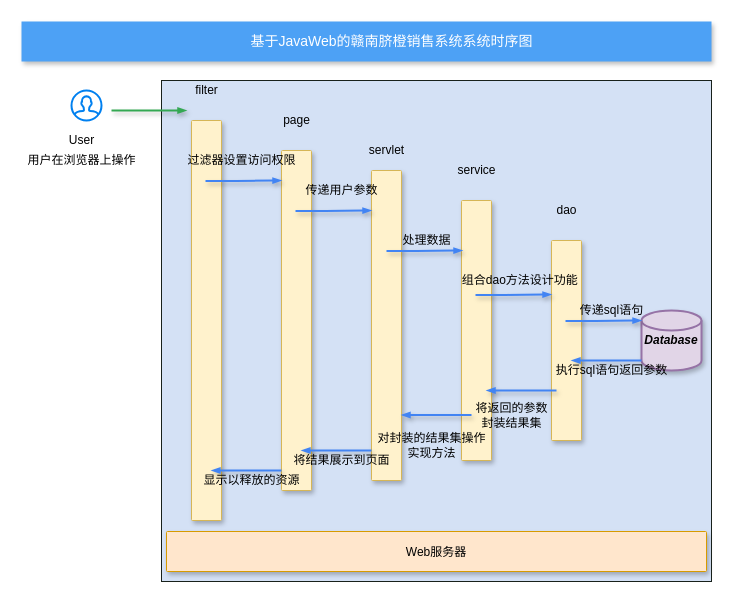
Earlier version of the draw.io diagram Untitled Diagram.drawio (Roy123-jpg/Roy_code1). Source tidied: cells renumbered, new cells numbered last; positions are measured from the earlier drawing's top-left corner, leaving out a move shared by most shapes. Both pictures are drawn from the tidied source at 100%, with x=0, y=0 at pixel (21, 21).
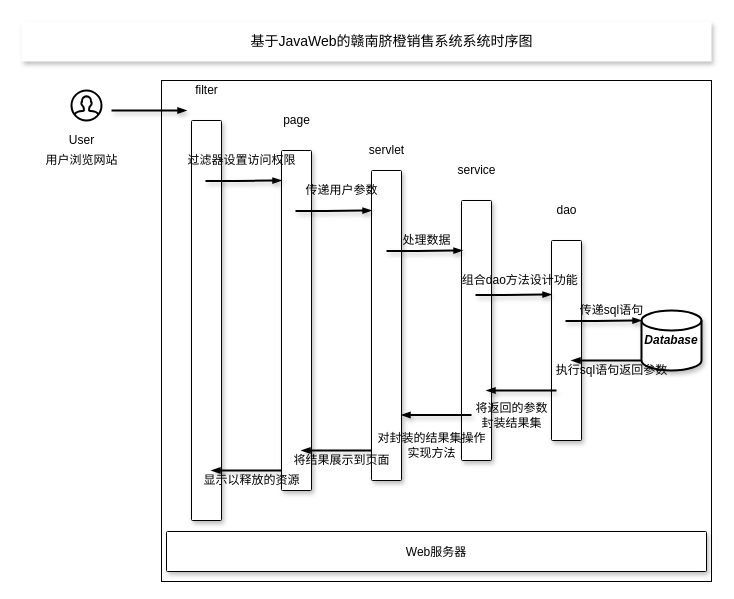
The same diagram, later.

Commit message:
系统时序图

Diff of the diagram source:
```diff
@@
-    <mxCell id="2" style="verticalLabelPosition=bottom;verticalAlign=top;html=1;shadow=0;strokeWidth=1;shape=mxgraph.ios.iBgFlat;strokeColor=#18211b;fillColor=#D4E1F5;" parent="1" vertex="1">
+    <mxCell id="2" style="verticalLabelPosition=bottom;verticalAlign=top;html=1;shadow=0;strokeWidth=1;shape=mxgraph.ios.iBgFlat;" parent="1" vertex="1">
       <mxGeometry x="140" y="59" width="550" height="501" as="geometry" />
     </mxCell>
-    <mxCell id="3" value="基于JavaWeb的赣南脐橙销售系统系统时序图" style="fillColor=#4DA1F5;strokeColor=none;shadow=1;gradientColor=none;fontSize=14;align=center;spacingLeft=50;fontColor=#ffffff;html=1;" parent="1" vertex="1">
+    <mxCell id="3" value="基于JavaWeb的赣南脐橙销售系统系统时序图" style="strokeColor=none;shadow=1;fontSize=14;align=center;spacingLeft=50;html=1;" parent="1" vertex="1">
       <mxGeometry width="690" height="40" as="geometry" />
     </mxCell>
-    <mxCell id="4" style="sketch=0;rounded=1;absoluteArcSize=1;arcSize=2;html=1;strokeColor=#d6b656;shadow=1;dashed=0;fontSize=12;align=left;verticalAlign=top;spacing=10;spacingTop=-4;fillColor=#fff2cc;imageAspect=1;" parent="1" vertex="1">
+    <mxCell id="4" style="sketch=0;rounded=1;absoluteArcSize=1;arcSize=2;html=1;shadow=1;dashed=0;fontSize=12;align=left;verticalAlign=top;spacing=10;spacingTop=-4;imageAspect=1;" parent="1" vertex="1">
       <mxGeometry x="170" y="99" width="30" height="400" as="geometry" />
     </mxCell>
-    <mxCell id="5" style="sketch=0;rounded=1;absoluteArcSize=1;arcSize=2;html=1;strokeColor=#d6b656;shadow=1;dashed=0;fontSize=12;align=left;verticalAlign=top;spacing=10;spacingTop=-4;fillColor=#fff2cc;imageAspect=1;" parent="1" vertex="1">
+    <mxCell id="5" style="sketch=0;rounded=1;absoluteArcSize=1;arcSize=2;html=1;shadow=1;dashed=0;fontSize=12;align=left;verticalAlign=top;spacing=10;spacingTop=-4;imageAspect=1;" parent="1" vertex="1">
       <mxGeometry x="260" y="129" width="30" height="340" as="geometry" />
     </mxCell>
-    <mxCell id="6" style="sketch=0;rounded=1;absoluteArcSize=1;arcSize=2;html=1;strokeColor=#d6b656;shadow=1;dashed=0;fontSize=12;align=left;verticalAlign=top;spacing=10;spacingTop=-4;fillColor=#fff2cc;imageAspect=1;" parent="1" vertex="1">
+    <mxCell id="6" style="sketch=0;rounded=1;absoluteArcSize=1;arcSize=2;html=1;shadow=1;dashed=0;fontSize=12;align=left;verticalAlign=top;spacing=10;spacingTop=-4;imageAspect=1;" parent="1" vertex="1">
       <mxGeometry x="350" y="149" width="30" height="310" as="geometry" />
     </mxCell>
-    <mxCell id="7" style="sketch=0;rounded=1;absoluteArcSize=1;arcSize=2;html=1;strokeColor=#d6b656;shadow=1;dashed=0;fontSize=12;align=left;verticalAlign=top;spacing=10;spacingTop=-4;fillColor=#fff2cc;imageAspect=1;" parent="1" vertex="1">
+    <mxCell id="7" style="sketch=0;rounded=1;absoluteArcSize=1;arcSize=2;html=1;shadow=1;dashed=0;fontSize=12;align=left;verticalAlign=top;spacing=10;spacingTop=-4;imageAspect=1;" parent="1" vertex="1">
       <mxGeometry x="440" y="179" width="30" height="260" as="geometry" />
     </mxCell>
-    <mxCell id="8" style="sketch=0;rounded=1;absoluteArcSize=1;arcSize=2;html=1;strokeColor=#d6b656;shadow=1;dashed=0;fontSize=12;align=left;verticalAlign=top;spacing=10;spacingTop=-4;fillColor=#fff2cc;imageAspect=1;" parent="1" vertex="1">
+    <mxCell id="8" style="sketch=0;rounded=1;absoluteArcSize=1;arcSize=2;html=1;shadow=1;dashed=0;fontSize=12;align=left;verticalAlign=top;spacing=10;spacingTop=-4;imageAspect=1;" parent="1" vertex="1">
       <mxGeometry x="530" y="219" width="30" height="200" as="geometry" />
     </mxCell>
-    <mxCell id="9" style="html=1;verticalLabelPosition=bottom;align=center;labelBackgroundColor=#ffffff;verticalAlign=top;strokeWidth=2;strokeColor=#0080F0;shadow=0;dashed=0;shape=mxgraph.ios7.icons.user;fontStyle=0;" parent="1" vertex="1">
+    <mxCell id="9" style="html=1;verticalLabelPosition=bottom;align=center;verticalAlign=top;strokeWidth=2;shadow=0;dashed=0;shape=mxgraph.ios7.icons.user;fontStyle=0;" parent="1" vertex="1">
       <mxGeometry x="50" y="69" width="30" height="30" as="geometry" />
     </mxCell>
-    <mxCell id="10" value="&lt;b&gt;&lt;i&gt;Database&lt;/i&gt;&lt;/b&gt;" style="strokeWidth=2;html=1;shape=mxgraph.flowchart.database;whiteSpace=wrap;fillColor=#e1d5e7;strokeColor=#9673a6;shadow=1;" parent="1" vertex="1">
+    <mxCell id="10" value="&lt;b&gt;&lt;i&gt;Database&lt;/i&gt;&lt;/b&gt;" style="strokeWidth=2;html=1;shape=mxgraph.flowchart.database;whiteSpace=wrap;shadow=1;" parent="1" vertex="1">
       <mxGeometry x="620" y="289" width="60" height="60" as="geometry" />
     </mxCell>
-    <mxCell id="11" style="edgeStyle=orthogonalEdgeStyle;fontSize=12;html=1;endArrow=blockThin;endFill=1;rounded=0;strokeWidth=2;endSize=4;startSize=4;dashed=0;strokeColor=#4284F3;entryX=-0.133;entryY=0.037;entryDx=0;entryDy=0;entryPerimeter=0;shadow=1;" parent="1" edge="1">
+    <mxCell id="11" style="edgeStyle=orthogonalEdgeStyle;fontSize=12;html=1;endArrow=blockThin;endFill=1;rounded=0;strokeWidth=2;endSize=4;startSize=4;dashed=0;entryX=-0.133;entryY=0.037;entryDx=0;entryDy=0;entryPerimeter=0;shadow=1;" parent="1" edge="1">
       <mxGeometry relative="1" as="geometry">
         <mxPoint x="184" y="159.4" as="sourcePoint" />
         <mxPoint x="260" y="159" as="targetPoint" />
         <Array as="points">
           <mxPoint x="214" y="159.4" />
         </Array>
       </mxGeometry>
     </mxCell>
-    <mxCell id="12" style="edgeStyle=orthogonalEdgeStyle;fontSize=12;html=1;endArrow=blockThin;endFill=1;rounded=0;strokeWidth=2;endSize=4;startSize=4;dashed=0;strokeColor=#4284F3;entryX=-0.133;entryY=0.037;entryDx=0;entryDy=0;entryPerimeter=0;shadow=1;" parent="1" edge="1">
+    <mxCell id="12" style="edgeStyle=orthogonalEdgeStyle;fontSize=12;html=1;endArrow=blockThin;endFill=1;rounded=0;strokeWidth=2;endSize=4;startSize=4;dashed=0;entryX=-0.133;entryY=0.037;entryDx=0;entryDy=0;entryPerimeter=0;shadow=1;" parent="1" edge="1">
       <mxGeometry relative="1" as="geometry">
         <mxPoint x="274" y="189.4" as="sourcePoint" />
         <mxPoint x="350" y="189" as="targetPoint" />
         <Array as="points">
           <mxPoint x="304" y="189.4" />
         </Array>
       </mxGeometry>
     </mxCell>
-    <mxCell id="13" style="edgeStyle=orthogonalEdgeStyle;fontSize=12;html=1;endArrow=blockThin;endFill=1;rounded=0;strokeWidth=2;endSize=4;startSize=4;dashed=0;strokeColor=#4284F3;entryX=-0.133;entryY=0.037;entryDx=0;entryDy=0;entryPerimeter=0;shadow=1;" parent="1" edge="1">
+    <mxCell id="13" style="edgeStyle=orthogonalEdgeStyle;fontSize=12;html=1;endArrow=blockThin;endFill=1;rounded=0;strokeWidth=2;endSize=4;startSize=4;dashed=0;entryX=-0.133;entryY=0.037;entryDx=0;entryDy=0;entryPerimeter=0;shadow=1;" parent="1" edge="1">
       <mxGeometry relative="1" as="geometry">
         <mxPoint x="365" y="229.4" as="sourcePoint" />
         <mxPoint x="441" y="229" as="targetPoint" />
         <Array as="points">
           <mxPoint x="395" y="229.4" />
         </Array>
       </mxGeometry>
     </mxCell>
-    <mxCell id="14" style="edgeStyle=orthogonalEdgeStyle;fontSize=12;html=1;endArrow=blockThin;endFill=1;rounded=0;strokeWidth=2;endSize=4;startSize=4;dashed=0;strokeColor=#4284F3;entryX=-0.133;entryY=0.037;entryDx=0;entryDy=0;entryPerimeter=0;shadow=1;" parent="1" edge="1">
+    <mxCell id="14" style="edgeStyle=orthogonalEdgeStyle;fontSize=12;html=1;endArrow=blockThin;endFill=1;rounded=0;strokeWidth=2;endSize=4;startSize=4;dashed=0;entryX=-0.133;entryY=0.037;entryDx=0;entryDy=0;entryPerimeter=0;shadow=1;" parent="1" edge="1">
       <mxGeometry relative="1" as="geometry">
         <mxPoint x="454" y="273.4" as="sourcePoint" />
         <mxPoint x="530" y="273" as="targetPoint" />
         <Array as="points">
           <mxPoint x="484" y="273.4" />
         </Array>
       </mxGeometry>
     </mxCell>
-    <mxCell id="15" style="edgeStyle=orthogonalEdgeStyle;fontSize=12;html=1;endArrow=blockThin;endFill=1;rounded=0;strokeWidth=2;endSize=4;startSize=4;dashed=0;strokeColor=#4284F3;entryX=-0.133;entryY=0.037;entryDx=0;entryDy=0;entryPerimeter=0;shadow=1;" parent="1" edge="1">
+    <mxCell id="15" style="edgeStyle=orthogonalEdgeStyle;fontSize=12;html=1;endArrow=blockThin;endFill=1;rounded=0;strokeWidth=2;endSize=4;startSize=4;dashed=0;entryX=-0.133;entryY=0.037;entryDx=0;entryDy=0;entryPerimeter=0;shadow=1;" parent="1" edge="1">
       <mxGeometry relative="1" as="geometry">
         <mxPoint x="544" y="299.4" as="sourcePoint" />
         <mxPoint x="620" y="299" as="targetPoint" />
         <Array as="points">
           <mxPoint x="574" y="299.4" />
         </Array>
       </mxGeometry>
     </mxCell>
@@
-    <mxCell id="23" value="用户在浏览器上操作" style="text;html=1;align=center;verticalAlign=middle;strokeColor=none;fillColor=none;" parent="1" vertex="1">
-      <mxGeometry y="129" width="120" height="20" as="geometry" />
+    <mxCell id="23" value="用户浏览网站" style="text;html=1;align=center;verticalAlign=middle;strokeColor=none;fillColor=none;" parent="1" vertex="1">
+      <mxGeometry x="15" y="129" width="90" height="20" as="geometry" />
     </mxCell>
@@
-    <mxCell id="28" style="edgeStyle=orthogonalEdgeStyle;fontSize=12;html=1;endArrow=blockThin;endFill=1;rounded=0;strokeWidth=2;endSize=4;startSize=4;dashed=0;strokeColor=#4284F3;shadow=1;" parent="1" edge="1">
+    <mxCell id="28" style="edgeStyle=orthogonalEdgeStyle;fontSize=12;html=1;endArrow=blockThin;endFill=1;rounded=0;strokeWidth=2;endSize=4;startSize=4;dashed=0;shadow=1;" parent="1" edge="1">
       <mxGeometry relative="1" as="geometry">
         <mxPoint x="620" y="339" as="sourcePoint" />
         <mxPoint x="550" y="339" as="targetPoint" />
         <Array as="points">
           <mxPoint x="600" y="339" />
           <mxPoint x="600" y="339" />
         </Array>
       </mxGeometry>
     </mxCell>
@@
-    <mxCell id="30" style="edgeStyle=orthogonalEdgeStyle;fontSize=12;html=1;endArrow=blockThin;endFill=1;rounded=0;strokeWidth=2;endSize=4;startSize=4;dashed=0;strokeColor=#4284F3;shadow=1;" parent="1" edge="1">
+    <mxCell id="30" style="edgeStyle=orthogonalEdgeStyle;fontSize=12;html=1;endArrow=blockThin;endFill=1;rounded=0;strokeWidth=2;endSize=4;startSize=4;dashed=0;shadow=1;" parent="1" edge="1">
       <mxGeometry relative="1" as="geometry">
         <mxPoint x="450" y="393.5" as="sourcePoint" />
         <mxPoint x="380" y="393.5" as="targetPoint" />
         <Array as="points">
           <mxPoint x="430" y="393.5" />
           <mxPoint x="430" y="393.5" />
         </Array>
       </mxGeometry>
     </mxCell>
-    <mxCell id="31" style="edgeStyle=orthogonalEdgeStyle;fontSize=12;html=1;endArrow=blockThin;endFill=1;rounded=0;strokeWidth=2;endSize=4;startSize=4;dashed=0;strokeColor=#4284F3;shadow=1;" parent="1" edge="1">
+    <mxCell id="31" style="edgeStyle=orthogonalEdgeStyle;fontSize=12;html=1;endArrow=blockThin;endFill=1;rounded=0;strokeWidth=2;endSize=4;startSize=4;dashed=0;shadow=1;" parent="1" edge="1">
       <mxGeometry relative="1" as="geometry">
         <mxPoint x="350" y="429" as="sourcePoint" />
         <mxPoint x="280" y="429" as="targetPoint" />
         <Array as="points">
           <mxPoint x="330" y="429" />
           <mxPoint x="330" y="429" />
         </Array>
       </mxGeometry>
     </mxCell>
-    <mxCell id="32" style="edgeStyle=orthogonalEdgeStyle;fontSize=12;html=1;endArrow=blockThin;endFill=1;rounded=0;strokeWidth=2;endSize=4;startSize=4;dashed=0;strokeColor=#4284F3;shadow=1;" parent="1" edge="1">
+    <mxCell id="32" style="edgeStyle=orthogonalEdgeStyle;fontSize=12;html=1;endArrow=blockThin;endFill=1;rounded=0;strokeWidth=2;endSize=4;startSize=4;dashed=0;shadow=1;" parent="1" edge="1">
       <mxGeometry relative="1" as="geometry">
         <mxPoint x="260" y="449" as="sourcePoint" />
         <mxPoint x="190" y="449" as="targetPoint" />
         <Array as="points">
           <mxPoint x="230" y="449" />
           <mxPoint x="230" y="449" />
         </Array>
       </mxGeometry>
     </mxCell>
@@
-    <mxCell id="35" style="edgeStyle=orthogonalEdgeStyle;fontSize=12;html=1;endArrow=blockThin;endFill=1;rounded=0;strokeWidth=2;endSize=4;startSize=4;dashed=0;strokeColor=#4284F3;shadow=1;" parent="1" edge="1">
+    <mxCell id="35" style="edgeStyle=orthogonalEdgeStyle;fontSize=12;html=1;endArrow=blockThin;endFill=1;rounded=0;strokeWidth=2;endSize=4;startSize=4;dashed=0;shadow=1;" parent="1" edge="1">
       <mxGeometry relative="1" as="geometry">
         <mxPoint x="535" y="369" as="sourcePoint" />
         <mxPoint x="465" y="369" as="targetPoint" />
         <Array as="points">
           <mxPoint x="515" y="369" />
           <mxPoint x="515" y="369" />
         </Array>
       </mxGeometry>
     </mxCell>
@@
-    <mxCell id="38" style="edgeStyle=orthogonalEdgeStyle;fontSize=12;html=1;endArrow=blockThin;endFill=1;rounded=0;strokeWidth=2;endSize=4;startSize=4;strokeColor=#34A853;dashed=0;shadow=1;fillColor=#D4E1F5;" parent="1" edge="1">
+    <mxCell id="38" style="edgeStyle=orthogonalEdgeStyle;fontSize=12;html=1;endArrow=blockThin;endFill=1;rounded=0;strokeWidth=2;endSize=4;startSize=4;dashed=0;shadow=1;" parent="1" edge="1">
       <mxGeometry relative="1" as="geometry">
         <mxPoint x="90" y="89" as="sourcePoint" />
         <mxPoint x="165" y="89" as="targetPoint" />
       </mxGeometry>
     </mxCell>
-    <mxCell id="39" value="Web服务器" style="strokeColor=#d79b00;shadow=1;strokeWidth=1;rounded=1;absoluteArcSize=1;arcSize=2;fillColor=#ffe6cc;" parent="1" vertex="1">
+    <mxCell id="39" value="Web服务器" style="shadow=1;strokeWidth=1;rounded=1;absoluteArcSize=1;arcSize=2;" parent="1" vertex="1">
       <mxGeometry x="145" y="510" width="540" height="40" as="geometry" />
     </mxCell>
```
